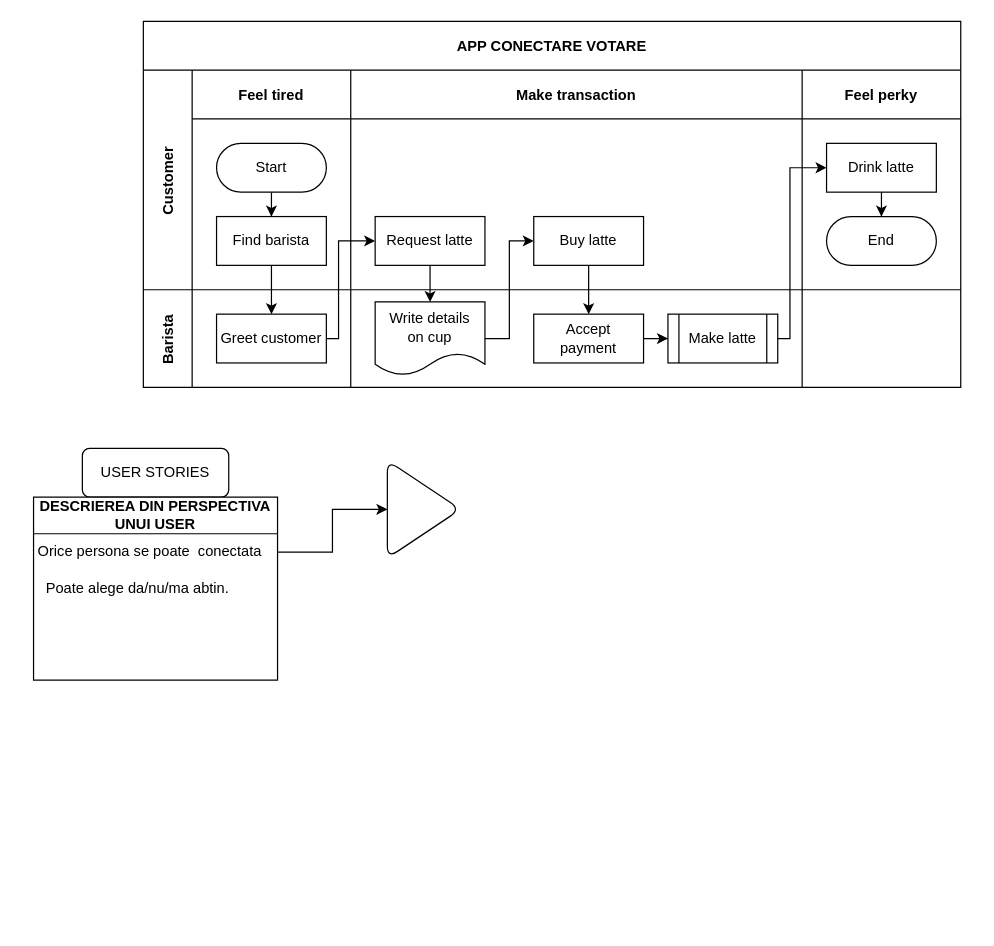
Before: .github/Diagrama sin título.drawio in BogdanNecatu/diagramas, a draw.io diagram. Source tidied: cells renumbered, new cells numbered last; positions are measured from the earlier drawing's top-left corner, leaving out a move shared by most shapes. Both pictures are drawn from the tidied source at 122%, with x=0, y=0 at pixel (21, 21).
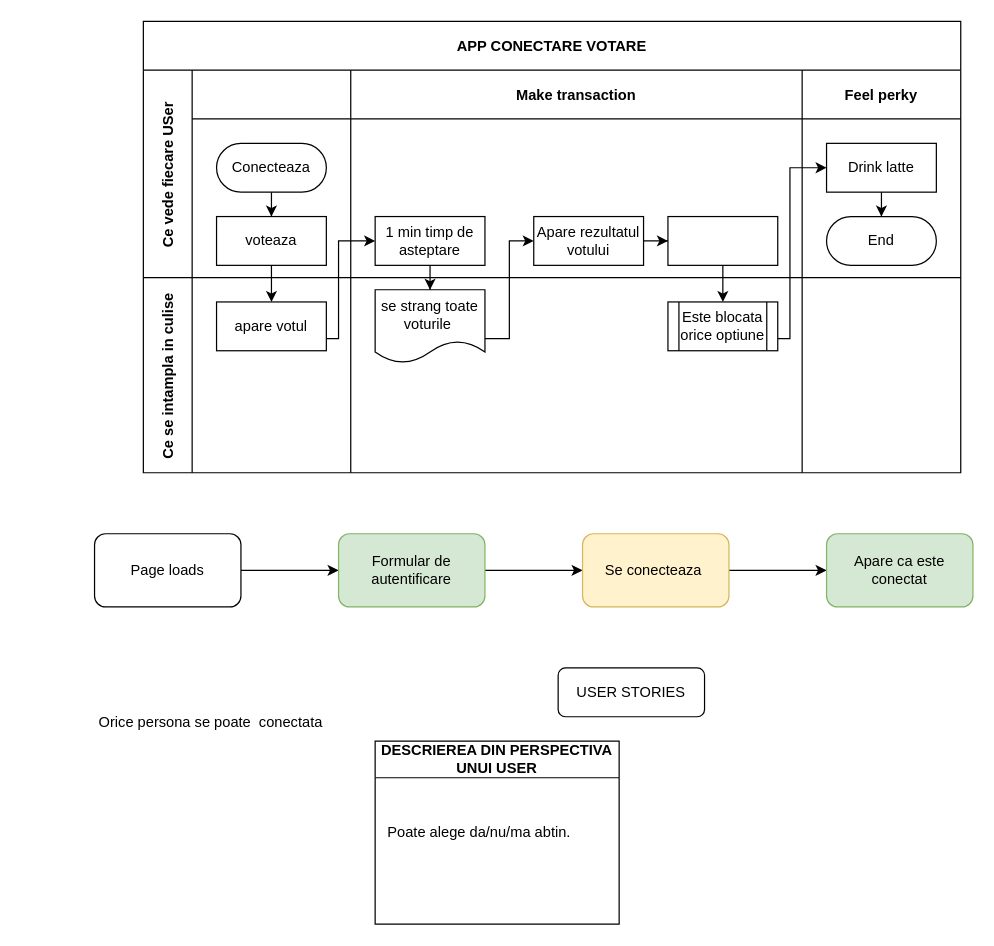
The same diagram, later.

What changed in the source:
```diff
@@
     <mxCell id="2" value="APP CONECTARE VOTARE" style="shape=table;childLayout=tableLayout;startSize=40;fillColor=none;fontStyle=1;" parent="1" vertex="1">
-      <mxGeometry x="100" width="670" height="300" as="geometry" />
+      <mxGeometry x="100" width="670" height="370" as="geometry" />
     </mxCell>
@@
-    <mxCell id="4" value="Customer" style="shape=tableRow;horizontal=0;swimlaneHead=0;swimlaneBody=0;top=0;left=0;bottom=0;right=0;fillColor=none;startSize=40;fontStyle=1;" parent="2" vertex="1">
-      <mxGeometry y="40" width="670" height="180" as="geometry" />
+    <mxCell id="4" value="Ce vede fiecare USer" style="shape=tableRow;horizontal=0;swimlaneHead=0;swimlaneBody=0;top=0;left=0;bottom=0;right=0;fillColor=none;startSize=40;fontStyle=1;" parent="2" vertex="1">
+      <mxGeometry y="40" width="670" height="170" as="geometry" />
     </mxCell>
-    <mxCell id="5" value="Feel tired" style="swimlane;swimlaneHead=0;swimlaneBody=0;fillColor=none;startSize=40;fontStyle=1;" parent="4" vertex="1">
-      <mxGeometry x="40" width="130" height="180" as="geometry" />
+    <mxCell id="5" style="swimlane;swimlaneHead=0;swimlaneBody=0;fillColor=none;startSize=40;fontStyle=1;" parent="4" vertex="1">
+      <mxGeometry x="40" width="130" height="170" as="geometry" />
     </mxCell>
@@
-    <mxCell id="7" value="Start" style="rounded=1;whiteSpace=wrap;html=1;arcSize=50;" parent="5" vertex="1">
+    <mxCell id="7" value="Conecteaza" style="rounded=1;whiteSpace=wrap;html=1;arcSize=50;" parent="5" vertex="1">
       <mxGeometry x="20" y="60" width="90" height="40" as="geometry" />
     </mxCell>
-    <mxCell id="8" value="Find barista" style="rounded=0;whiteSpace=wrap;html=1;" parent="5" vertex="1">
+    <mxCell id="8" value="voteaza" style="rounded=0;whiteSpace=wrap;html=1;" parent="5" vertex="1">
       <mxGeometry x="20" y="120" width="90" height="40" as="geometry" />
     </mxCell>
     <mxCell id="9" value="Make transaction" style="swimlane;swimlaneHead=0;swimlaneBody=0;fillColor=none;startSize=40;fontStyle=1;" parent="4" vertex="1">
-      <mxGeometry x="170" width="370" height="180" as="geometry" />
+      <mxGeometry x="170" width="370" height="170" as="geometry" />
     </mxCell>
-    <mxCell id="10" value="Request latte" style="rounded=0;whiteSpace=wrap;html=1;" parent="9" vertex="1">
+    <mxCell id="10" value="1 min timp de asteptare" style="rounded=0;whiteSpace=wrap;html=1;" parent="9" vertex="1">
       <mxGeometry x="20" y="120" width="90" height="40" as="geometry" />
     </mxCell>
-    <mxCell id="11" value="Buy latte" style="rounded=0;whiteSpace=wrap;html=1;" parent="9" vertex="1">
+    <mxCell id="11" value="Apare rezultatul votului" style="rounded=0;whiteSpace=wrap;html=1;" parent="9" vertex="1">
       <mxGeometry x="150" y="120" width="90" height="40" as="geometry" />
     </mxCell>
+    <mxCell id="21" style="rounded=0;whiteSpace=wrap;html=1;" parent="9" vertex="1">
+      <mxGeometry x="260" y="120" width="90" height="40" as="geometry" />
+    </mxCell>
+    <mxCell id="28" style="edgeStyle=orthogonalEdgeStyle;rounded=0;jettySize=auto;html=1;" parent="9" edge="1" source="11" target="21">
+      <mxGeometry relative="1" as="geometry" />
+    </mxCell>
     <mxCell id="12" value="Feel perky" style="swimlane;swimlaneHead=0;swimlaneBody=0;fillColor=none;startSize=40;fontStyle=1;" parent="4" vertex="1">
-      <mxGeometry x="540" width="130" height="180" as="geometry" />
+      <mxGeometry x="540" width="130" height="170" as="geometry" />
     </mxCell>
@@
-    <mxCell id="16" value="Barista" style="shape=tableRow;horizontal=0;swimlaneHead=0;swimlaneBody=0;top=0;left=0;bottom=0;right=0;fillColor=none;startSize=40;fontStyle=1;" parent="2" vertex="1">
-      <mxGeometry y="220" width="670" height="80" as="geometry" />
+    <mxCell id="16" value="Ce se intampla in culise" style="shape=tableRow;horizontal=0;swimlaneHead=0;swimlaneBody=0;top=0;left=0;bottom=0;right=0;fillColor=none;startSize=40;fontStyle=1;" parent="2" vertex="1">
+      <mxGeometry y="210" width="670" height="160" as="geometry" />
     </mxCell>
     <mxCell id="17" style="swimlane;swimlaneHead=0;swimlaneBody=0;fillColor=none;startSize=0;fontStyle=1;" parent="16" vertex="1">
-      <mxGeometry x="40" width="130" height="80" as="geometry" />
+      <mxGeometry x="40" width="130" height="160" as="geometry" />
     </mxCell>
-    <mxCell id="18" value="Greet customer" style="rounded=0;whiteSpace=wrap;html=1;" parent="17" vertex="1">
+    <mxCell id="18" value="apare votul" style="rounded=0;whiteSpace=wrap;html=1;" parent="17" vertex="1">
       <mxGeometry x="20" y="20" width="90" height="40" as="geometry" />
     </mxCell>
     <mxCell id="19" style="swimlane;swimlaneHead=0;swimlaneBody=0;fillColor=none;startSize=0;fontStyle=1;" parent="16" vertex="1">
-      <mxGeometry x="170" width="370" height="80" as="geometry" />
+      <mxGeometry x="170" width="370" height="160" as="geometry" />
     </mxCell>
-    <mxCell id="20" style="edgeStyle=orthogonalEdgeStyle;rounded=0;jettySize=auto;html=1;" parent="19" edge="1" source="21" target="23">
-      <mxGeometry relative="1" as="geometry" />
-    </mxCell>
-    <mxCell id="21" value="Accept&lt;br&gt;payment" style="rounded=0;whiteSpace=wrap;html=1;" parent="19" vertex="1">
-      <mxGeometry x="150" y="20" width="90" height="40" as="geometry" />
-    </mxCell>
-    <mxCell id="22" value="Write details&lt;br&gt;on cup" style="shape=document;whiteSpace=wrap;html=1;boundedLbl=1;" parent="19" vertex="1">
+    <mxCell id="22" value="se strang toate voturile&amp;nbsp;" style="shape=document;whiteSpace=wrap;html=1;boundedLbl=1;" parent="19" vertex="1">
       <mxGeometry x="20" y="10" width="90" height="60" as="geometry" />
     </mxCell>
-    <mxCell id="23" value="Make latte" style="shape=process;whiteSpace=wrap;html=1;backgroundOutline=1;" parent="19" vertex="1">
+    <mxCell id="23" value="Este blocata orice optiune" style="shape=process;whiteSpace=wrap;html=1;backgroundOutline=1;" parent="19" vertex="1">
       <mxGeometry x="260" y="20" width="90" height="40" as="geometry" />
     </mxCell>
     <mxCell id="24" style="swimlane;swimlaneHead=0;swimlaneBody=0;fillColor=none;startSize=0;fontStyle=1;" parent="16" vertex="1">
-      <mxGeometry x="540" width="130" height="80" as="geometry" />
+      <mxGeometry x="540" width="130" height="160" as="geometry" />
     </mxCell>
@@
-    <mxCell id="28" style="edgeStyle=orthogonalEdgeStyle;rounded=0;jettySize=auto;html=1;" parent="2" edge="1" source="11" target="21">
-      <mxGeometry relative="1" as="geometry" />
-    </mxCell>
@@
+    <mxCell id="20" style="edgeStyle=orthogonalEdgeStyle;rounded=0;jettySize=auto;html=1;" parent="2" edge="1" source="21" target="23">
+      <mxGeometry relative="1" as="geometry" />
+    </mxCell>
     <mxCell id="30" value="USER STORIES" style="rounded=1;whiteSpace=wrap;html=1;shadow=0;glass=0;" parent="1" vertex="1">
-      <mxGeometry x="50" y="350" width="120" height="40" as="geometry" />
+      <mxGeometry x="440" y="530" width="120" height="40" as="geometry" />
     </mxCell>
     <mxCell id="31" value="DESCRIEREA DIN PERSPECTIVA UNUI USER" style="swimlane;whiteSpace=wrap;html=1;startSize=30;" parent="1" vertex="1">
-      <mxGeometry x="10" y="390" width="200" height="150" as="geometry" />
+      <mxGeometry x="290" y="590" width="200" height="150" as="geometry" />
     </mxCell>
@@
-    <mxCell id="33" value="Orice persona se poate&amp;nbsp;&amp;nbsp;conectata" style="text;html=1;align=center;verticalAlign=middle;points=[];strokeColor=none;fillColor=none;" parent="31" vertex="1">
-      <mxGeometry x="-10" y="30" width="210" height="30" as="geometry" />
+    <mxCell id="33" value="Orice persona se poate&amp;nbsp;&amp;nbsp;conectata" style="text;html=1;align=center;verticalAlign=middle;points=[];strokeColor=none;fillColor=none;" parent="1" vertex="1">
+      <mxGeometry x="50" y="560" width="210" height="30" as="geometry" />
     </mxCell>
-    <mxCell id="34" style="triangle;whiteSpace=wrap;html=1;rounded=1;shadow=0;glass=0;sketch=0;" parent="1" vertex="1">
-      <mxGeometry x="300" y="360" width="60" height="80" as="geometry" />
-    </mxCell>
-    <mxCell id="35" style="edgeStyle=orthogonalEdgeStyle;rounded=0;jettySize=auto;html=1;" parent="1" edge="1" source="33" target="34">
-      <mxGeometry relative="1" as="geometry" />
-    </mxCell>
+    <mxCell id="36" style="edgeStyle=orthogonalEdgeStyle;rounded=0;jettySize=auto;html=1;" parent="1" edge="1" source="37" target="39">
+      <mxGeometry relative="1" as="geometry" />
+    </mxCell>
+    <mxCell id="37" value="Page loads" style="rounded=1;whiteSpace=wrap;html=1;" parent="1" vertex="1">
+      <mxGeometry x="60" y="420" width="120" height="60" as="geometry" />
+    </mxCell>
+    <mxCell id="38" style="edgeStyle=orthogonalEdgeStyle;rounded=0;jettySize=auto;html=1;jumpStyle=arc;strokeColor=default;shadow=0;" parent="1" edge="1" source="39" target="41">
+      <mxGeometry relative="1" as="geometry">
+        <Array as="points">
+          <mxPoint x="420" y="450" />
+          <mxPoint x="420" y="450" />
+        </Array>
+      </mxGeometry>
+    </mxCell>
+    <mxCell id="39" value="Formular de autentificare" style="rounded=1;whiteSpace=wrap;html=1;fillColor=#d5e8d4;strokeColor=#82b366;" parent="1" vertex="1">
+      <mxGeometry x="260" y="420" width="120" height="60" as="geometry" />
+    </mxCell>
+    <mxCell id="40" style="edgeStyle=orthogonalEdgeStyle;rounded=0;sketch=0;jumpStyle=arc;jettySize=auto;html=1;shadow=0;strokeColor=default;" parent="1" edge="1" source="41" target="42">
+      <mxGeometry relative="1" as="geometry" />
+    </mxCell>
+    <mxCell id="41" value="Se conecteaza&amp;nbsp;" style="whiteSpace=wrap;html=1;rounded=1;fillColor=#fff2cc;strokeColor=#d6b656;" parent="1" vertex="1">
+      <mxGeometry x="460" y="420" width="120" height="60" as="geometry" />
+    </mxCell>
+    <mxCell id="42" value="Apare ca este conectat" style="whiteSpace=wrap;html=1;rounded=1;fillColor=#d5e8d4;strokeColor=#82b366;gradientColor=none;" parent="1" vertex="1">
+      <mxGeometry x="660" y="420" width="120" height="60" as="geometry" />
+    </mxCell>
```
